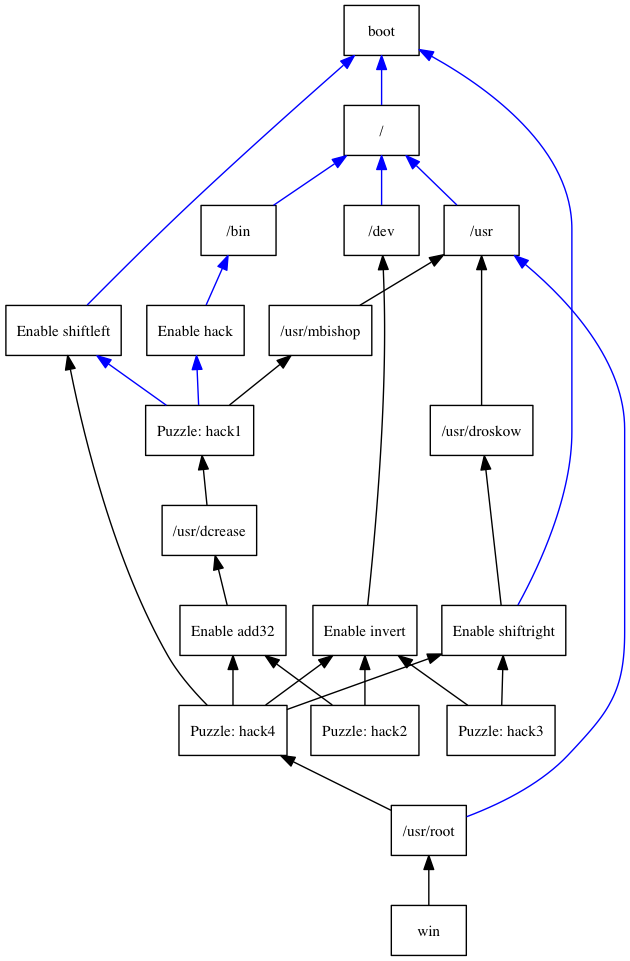
Earlier version of the Graphviz export NonUnityAssets/Dependencies/chart.dot.png (pikkpoiss/ld36). Its source is kept beside it as NonUnityAssets/Dependencies/chart.dot.
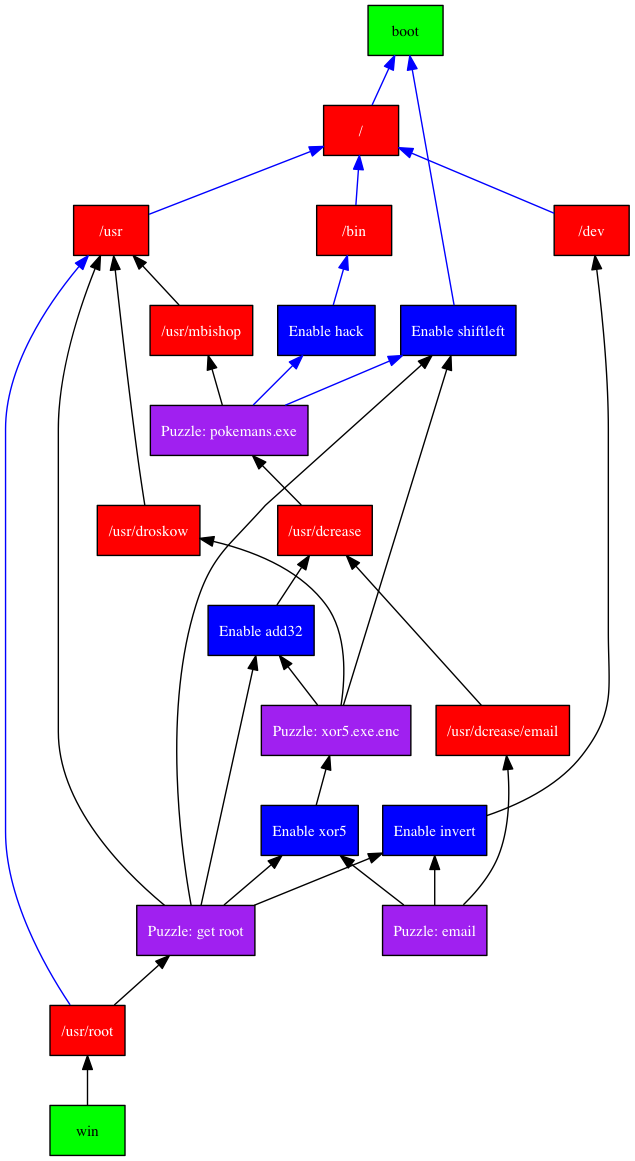
After the commit.

Commit message:
Updated dependencies chart

Diff of the diagram source:
```diff
@@ -1,66 +1,71 @@
 digraph {
-  node [shape=box, fontsize=11]
+  node [shape=box, fontsize=11, fillcolor=white, style=filled]
   graph [dpi = 100]
   rankdir=BT
 
-  enable_left [label="Enable shiftleft"]
-  enable_right [label="Enable shiftright"]
-  enable_hack [label="Enable hack"]
-  enable_invert [label="Enable invert"]
-  enable_add32 [label="Enable add32"]
+  enable_left [label="Enable shiftleft", fillcolor=blue, fontcolor=white]
+  enable_xor5 [label="Enable xor5", fillcolor=blue, fontcolor=white]
+  enable_hack [label="Enable hack", fillcolor=blue, fontcolor=white]
+  enable_invert [label="Enable invert", fillcolor=blue, fontcolor=white]
+  enable_add32 [label="Enable add32", fillcolor=blue, fontcolor=white]
 
-  puzzle_hack1 [label="Puzzle: hack1"]
-  puzzle_hack2 [label="Puzzle: hack2"]
-  puzzle_hack3 [label="Puzzle: hack3"]
-  puzzle_hack4 [label="Puzzle: hack4"]
+  puzzle_pokemans [label="Puzzle: pokemans.exe", fillcolor=purple, fontcolor=white]
+  puzzle_xor5 [label="Puzzle: xor5.exe.enc", fillcolor=purple, fontcolor=white]
+  puzzle_email [label="Puzzle: email", fillcolor=purple, fontcolor=white]
+  puzzle_getroot [label="Puzzle: get root", fillcolor=purple, fontcolor=white]
 
-  boot
-  root [label="/"]
-  win
+  boot [fillcolor=green]
+  root [label="/", fillcolor=red, fontcolor=white]
+  win [fillcolor=green]
 
-  usr [label="/usr"]
-  dev [label="/dev"]
-  bin [label="/bin"]
+  usr [label="/usr", fillcolor=red, fontcolor=white]
+  dev [label="/dev", fillcolor=red, fontcolor=white]
+  bin [label="/bin", fillcolor=red, fontcolor=white]
   {rank=same; usr; dev; bin}
 
-  usr_root [label="/usr/root"]
-  usr_mbishop [label="/usr/mbishop"]
-  usr_dcrease [label="/usr/dcrease"]
-  usr_droskow [label="/usr/droskow"]
+  usr_root [label="/usr/root", fillcolor=red, fontcolor=white]
+  usr_mbishop [label="/usr/mbishop", fillcolor=red, fontcolor=white]
+  usr_dcrease [label="/usr/dcrease", fillcolor=red, fontcolor=white]
+  usr_dcrease_email [label="/usr/dcrease/email", fillcolor=red, fontcolor=white]
+  usr_droskow [label="/usr/droskow", fillcolor=red, fontcolor=white]
 
   root -> boot [color=blue]
   enable_left -> boot [color=blue]
-  enable_right -> boot [color=blue]
 
   dev -> root [color=blue]
   bin -> root [color=blue]
   usr -> root [color=blue]
 
   usr_mbishop -> usr
-  usr_dcrease -> puzzle_hack1
+  usr_dcrease -> puzzle_pokemans
+  usr_dcrease_email -> usr_dcrease
   usr_droskow -> usr
 
-  usr_root -> puzzle_hack4
+  usr_root -> puzzle_getroot
   usr_root -> usr [color=blue]
 
   enable_hack -> bin [color=blue]
 
-  enable_right -> usr_droskow
 
-  puzzle_hack1 -> usr_mbishop
-  puzzle_hack1 -> enable_hack [color=blue]
-  puzzle_hack1 -> enable_left [color=blue]
+  puzzle_pokemans -> usr_mbishop
+  puzzle_pokemans -> enable_hack [color=blue]
+  puzzle_pokemans -> enable_left [color=blue]
 
-  puzzle_hack2 -> enable_invert
-  puzzle_hack2 -> enable_add32
+  puzzle_xor5 -> enable_left
+  puzzle_xor5 -> enable_add32
+  puzzle_xor5 -> usr_droskow
 
-  puzzle_hack3 -> enable_right
-  puzzle_hack3 -> enable_invert
+  enable_xor5 -> puzzle_xor5
 
-  puzzle_hack4 -> enable_left
-  puzzle_hack4 -> enable_right
-  puzzle_hack4 -> enable_invert
-  puzzle_hack4 -> enable_add32
+  puzzle_email -> enable_xor5
+  puzzle_email -> enable_invert
+  puzzle_email -> usr_dcrease_email
+
+  puzzle_getroot -> enable_left
+  puzzle_getroot -> enable_xor5
+  puzzle_getroot -> enable_invert
+  puzzle_getroot -> enable_add32
+  puzzle_getroot -> usr
 
   enable_invert -> dev
   enable_add32 -> usr_dcrease
```
